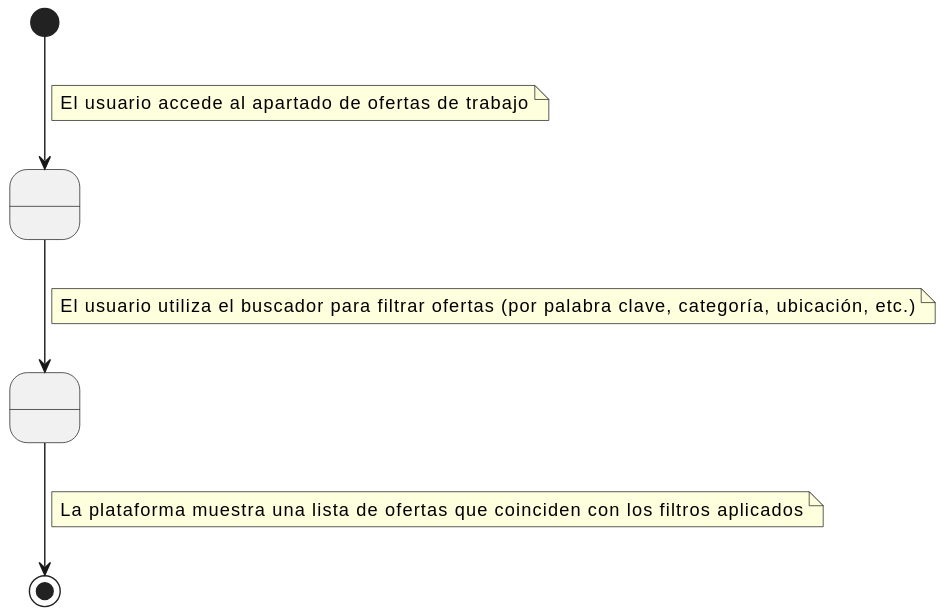
mmasias/24-25-IdSw1-SDR keeps this PlantUML diagram as modelosUML/CasosDeUso/svg/Detallar/buscarOferta.svg. Above is the earlier version.
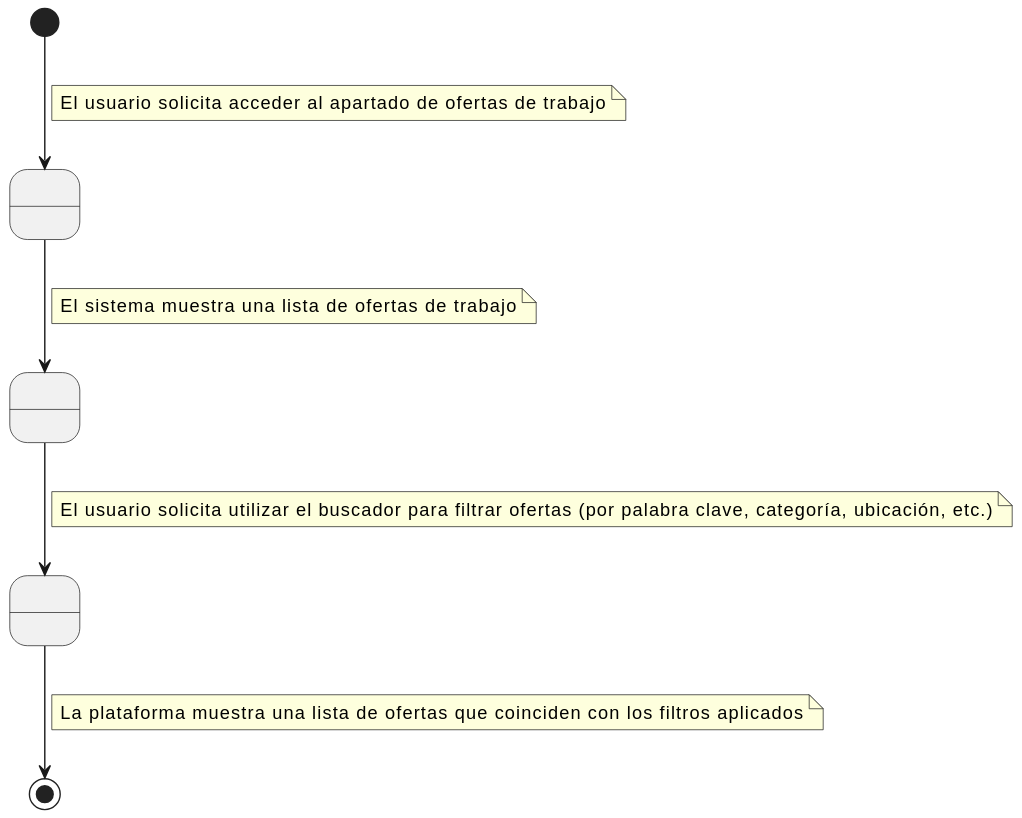
The same diagram one commit later.

Change to the diagram source:
```diff
@@ -1,16 +1,21 @@
 @startuml
 state " " as Estado1
 state " " as Estado2
+state " " as Estado3
 
 [*] --> Estado1
     note on link
-        El usuario accede al apartado de ofertas de trabajo
+        El usuario solicita acceder al apartado de ofertas de trabajo
     end note
 Estado1 --> Estado2
     note on link
-        El usuario utiliza el buscador para filtrar ofertas (por palabra clave, categoría, ubicación, etc.)
+        El sistema muestra una lista de ofertas de trabajo
     end note
-Estado2 --> [*]
+Estado2 --> Estado3
+    note on link
+        El usuario solicita utilizar el buscador para filtrar ofertas (por palabra clave, categoría, ubicación, etc.)
+    end note
+Estado3 --> [*]
     note on link
         La plataforma muestra una lista de ofertas que coinciden con los filtros aplicados
     end note
```
